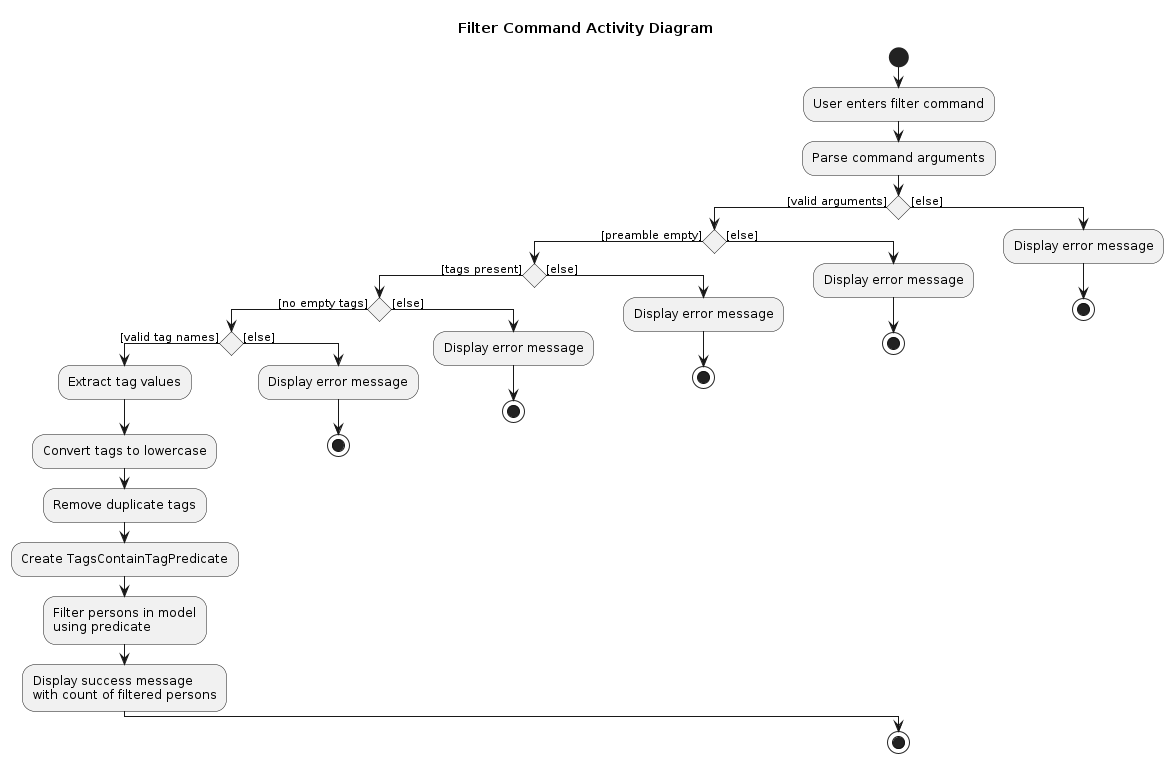
Earlier version of the PlantUML export diagrams/FilterActivityDiagram.png (joelchongg/tp). Its source is kept beside it as diagrams/FilterActivityDiagram.puml. The source it was exported from:
```plantuml
@startuml
title Filter Command Activity Diagram

start

:User enters filter command;

:Parse command arguments;

if () then ([valid arguments])
  if () then ([preamble empty])
    if () then ([tags present])
      if () then ([no empty tags])
        if () then ([valid tag names])
          :Extract tag values;

          :Convert tags to lowercase;

          :Remove duplicate tags;

          :Create TagsContainTagPredicate;

          :Filter persons in model
          using predicate;

          :Display success message
          with count of filtered persons;
        else ([else])
          :Display error message;
          stop
        endif
      else ([else])
        :Display error message;
        stop
      endif
    else ([else])
      :Display error message;
      stop
    endif
  else ([else])
    :Display error message;
    stop
  endif
else ([else])
  :Display error message;
  stop
endif

stop

@enduml
```
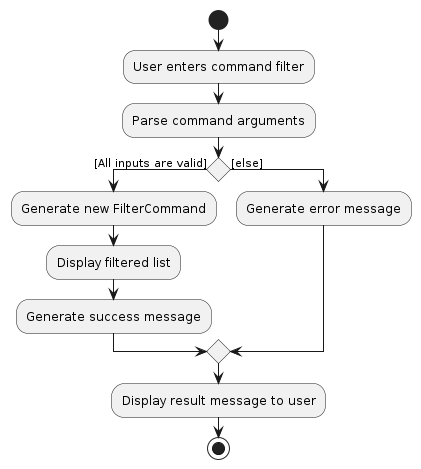
Later version of the same file.

The edit, as a diff of the source:
```diff
@@ -1,51 +1,14 @@
 @startuml
-title Filter Command Activity Diagram
-
 start
-
-:User enters filter command;
-
+:User enters command filter;
 :Parse command arguments;
-
-if () then ([valid arguments])
-  if () then ([preamble empty])
-    if () then ([tags present])
-      if () then ([no empty tags])
-        if () then ([valid tag names])
-          :Extract tag values;
-
-          :Convert tags to lowercase;
-
-          :Remove duplicate tags;
-
-          :Create TagsContainTagPredicate;
-
-          :Filter persons in model
-          using predicate;
-
-          :Display success message
-          with count of filtered persons;
-        else ([else])
-          :Display error message;
-          stop
-        endif
-      else ([else])
-        :Display error message;
-        stop
-      endif
-    else ([else])
-      :Display error message;
-      stop
-    endif
-  else ([else])
-    :Display error message;
-    stop
-  endif
+if () then ([All inputs are valid])
+  :Generate new FilterCommand;
+  :Display filtered list;
+  :Generate success message;
 else ([else])
-  :Display error message;
-  stop
+  :Generate error message;
 endif
-
+:Display result message to user;
 stop
-
 @enduml
```
